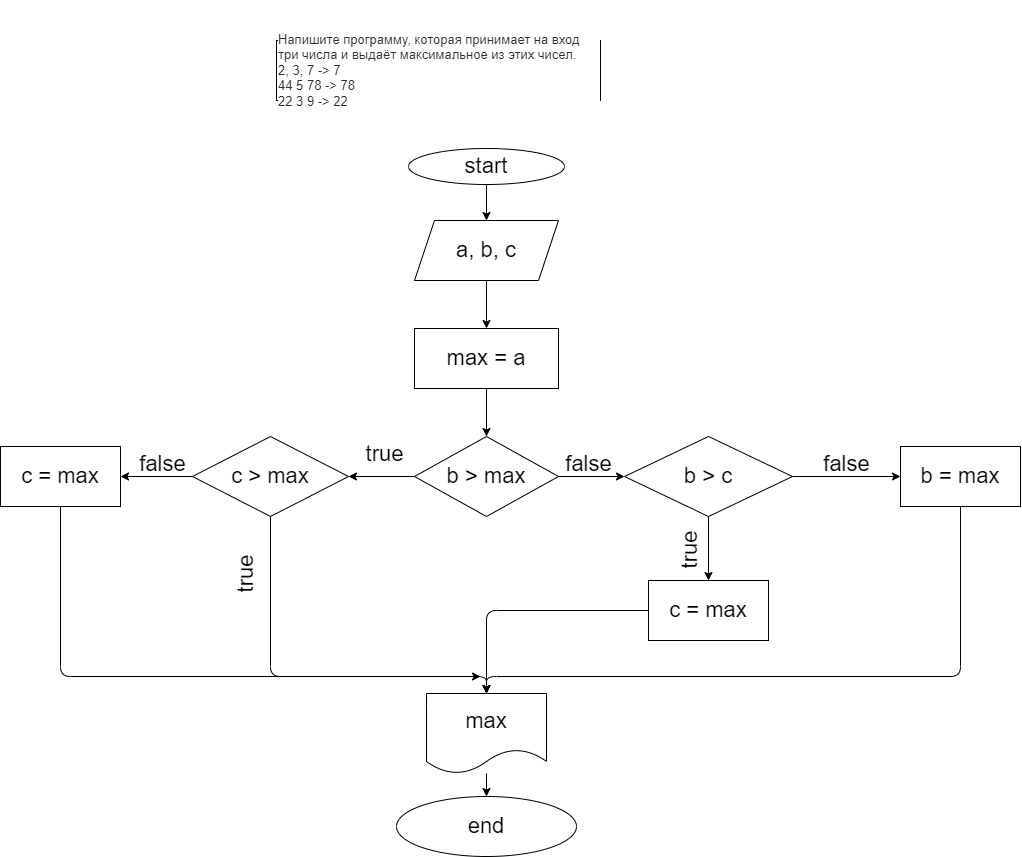
This is example001/homework001/ex02/diagram.drawio.png from AlexandrDormidontov/csharphome, a draw.io export, as it was before one commit. Source tidied: cells renumbered, new cells last; positions are measured from the earlier drawing's top-left corner, leaving out a move shared by most shapes. The source it was exported from:
```xml
<mxGraphModel>
  <root>
    <mxCell id="0" />
    <mxCell id="1" parent="0" />
    <mxCell id="2" value="&#10;&#10;&lt;p style=&quot;box-sizing: border-box; margin: 0px; font-weight: 400; color: rgb(44, 45, 48); font-family: roboto, &amp;quot;san francisco&amp;quot;, &amp;quot;helvetica neue&amp;quot;, helvetica, arial; font-size: 13px; font-style: normal; letter-spacing: normal; text-indent: 0px; text-transform: none; word-spacing: 0px; background-color: rgb(255, 255, 255);&quot;&gt;Напишите программу, которая принимает на вход три числа и выдаёт максимальное из этих чисел.&lt;/p&gt;&lt;p style=&quot;box-sizing: border-box; margin: 0px; font-weight: 400; color: rgb(44, 45, 48); font-family: roboto, &amp;quot;san francisco&amp;quot;, &amp;quot;helvetica neue&amp;quot;, helvetica, arial; font-size: 13px; font-style: normal; letter-spacing: normal; text-indent: 0px; text-transform: none; word-spacing: 0px; background-color: rgb(255, 255, 255);&quot;&gt;2, 3, 7 -&amp;gt; 7&lt;br style=&quot;box-sizing: border-box; font-size: 13px;&quot;&gt;44 5 78 -&amp;gt; 78&lt;br style=&quot;box-sizing: border-box; font-size: 13px;&quot;&gt;22 3 9 -&amp;gt; 22&lt;/p&gt;&#10;&#10;" style="rounded=0;whiteSpace=wrap;html=1;align=left;fontSize=13;" parent="1" vertex="1">
      <mxGeometry x="276" width="324" height="60" as="geometry" />
    </mxCell>
    <mxCell id="3" style="edgeStyle=none;html=1;fontSize=22;" parent="1" edge="1" source="4" target="6">
      <mxGeometry relative="1" as="geometry" />
    </mxCell>
    <mxCell id="4" value="&lt;font style=&quot;font-size: 22px&quot;&gt;start&lt;/font&gt;" style="ellipse;whiteSpace=wrap;html=1;fontSize=13;" parent="1" vertex="1">
      <mxGeometry x="408" y="108" width="156" height="36" as="geometry" />
    </mxCell>
    <mxCell id="5" style="edgeStyle=none;html=1;fontSize=22;" parent="1" edge="1" source="6" target="11">
      <mxGeometry relative="1" as="geometry" />
    </mxCell>
    <mxCell id="6" value="a, b, c" style="shape=parallelogram;perimeter=parallelogramPerimeter;whiteSpace=wrap;html=1;fixedSize=1;fontSize=22;" parent="1" vertex="1">
      <mxGeometry x="414" y="180" width="144" height="60" as="geometry" />
    </mxCell>
    <mxCell id="7" style="edgeStyle=none;html=1;fontSize=22;" parent="1" edge="1" source="9" target="14">
      <mxGeometry relative="1" as="geometry" />
    </mxCell>
    <mxCell id="8" style="edgeStyle=none;html=1;fontSize=22;startArrow=none;exitX=0;exitY=0.5;exitDx=0;exitDy=0;" parent="1" edge="1" source="9" target="21">
      <mxGeometry relative="1" as="geometry" />
    </mxCell>
    <mxCell id="9" value="b &amp;gt; max" style="rhombus;whiteSpace=wrap;html=1;fontSize=22;" parent="1" vertex="1">
      <mxGeometry x="414" y="396" width="144" height="80" as="geometry" />
    </mxCell>
    <mxCell id="10" style="edgeStyle=none;html=1;fontSize=22;" parent="1" edge="1" source="11" target="9">
      <mxGeometry relative="1" as="geometry" />
    </mxCell>
    <mxCell id="11" value="max = a" style="rounded=0;whiteSpace=wrap;html=1;fontSize=22;" parent="1" vertex="1">
      <mxGeometry x="414" y="288" width="144" height="60" as="geometry" />
    </mxCell>
    <mxCell id="12" style="edgeStyle=none;html=1;fontSize=22;" parent="1" edge="1" source="14" target="16">
      <mxGeometry relative="1" as="geometry" />
    </mxCell>
    <mxCell id="13" style="edgeStyle=none;html=1;fontSize=22;" parent="1" edge="1" source="14" target="18">
      <mxGeometry relative="1" as="geometry" />
    </mxCell>
    <mxCell id="14" value="b &amp;gt; c" style="rhombus;whiteSpace=wrap;html=1;fontSize=22;" parent="1" vertex="1">
      <mxGeometry x="624" y="396" width="168" height="80" as="geometry" />
    </mxCell>
    <mxCell id="15" style="edgeStyle=none;html=1;entryX=0.5;entryY=0;entryDx=0;entryDy=0;fontSize=22;" parent="1" edge="1" source="16" target="25">
      <mxGeometry relative="1" as="geometry">
        <Array as="points">
          <mxPoint x="960" y="636" />
          <mxPoint x="486" y="636" />
        </Array>
      </mxGeometry>
    </mxCell>
    <mxCell id="16" value="b = max" style="rounded=0;whiteSpace=wrap;html=1;fontSize=22;" parent="1" vertex="1">
      <mxGeometry x="900" y="406" width="120" height="60" as="geometry" />
    </mxCell>
    <mxCell id="17" style="edgeStyle=none;html=1;entryX=0.5;entryY=0;entryDx=0;entryDy=0;fontSize=22;" parent="1" edge="1" source="18" target="25">
      <mxGeometry relative="1" as="geometry">
        <Array as="points">
          <mxPoint x="486" y="570" />
        </Array>
      </mxGeometry>
    </mxCell>
    <mxCell id="18" value="c = max" style="rounded=0;whiteSpace=wrap;html=1;fontSize=22;" parent="1" vertex="1">
      <mxGeometry x="648" y="540" width="120" height="60" as="geometry" />
    </mxCell>
    <mxCell id="19" style="edgeStyle=none;html=1;fontSize=22;" parent="1" edge="1" source="21" target="23">
      <mxGeometry relative="1" as="geometry" />
    </mxCell>
    <mxCell id="20" style="edgeStyle=none;html=1;fontSize=22;" parent="1" edge="1" source="21">
      <mxGeometry relative="1" as="geometry">
        <mxPoint x="480" y="636" as="targetPoint" />
        <Array as="points">
          <mxPoint x="270" y="636" />
        </Array>
      </mxGeometry>
    </mxCell>
    <mxCell id="21" value="c &amp;gt; max" style="rhombus;whiteSpace=wrap;html=1;fontSize=22;" parent="1" vertex="1">
      <mxGeometry x="192" y="396" width="156" height="80" as="geometry" />
    </mxCell>
    <mxCell id="22" style="edgeStyle=none;html=1;entryX=0.5;entryY=0;entryDx=0;entryDy=0;fontSize=22;" parent="1" edge="1" source="23" target="25">
      <mxGeometry relative="1" as="geometry">
        <Array as="points">
          <mxPoint x="60" y="636" />
          <mxPoint x="486" y="636" />
        </Array>
      </mxGeometry>
    </mxCell>
    <mxCell id="23" value="c = max" style="rounded=0;whiteSpace=wrap;html=1;fontSize=22;" parent="1" vertex="1">
      <mxGeometry y="406" width="120" height="60" as="geometry" />
    </mxCell>
    <mxCell id="24" style="edgeStyle=none;html=1;fontSize=22;" parent="1" edge="1" source="25" target="26">
      <mxGeometry relative="1" as="geometry" />
    </mxCell>
    <mxCell id="25" value="max" style="shape=document;whiteSpace=wrap;html=1;boundedLbl=1;fontSize=22;" parent="1" vertex="1">
      <mxGeometry x="426" y="653" width="120" height="80" as="geometry" />
    </mxCell>
    <mxCell id="26" value="end" style="ellipse;whiteSpace=wrap;html=1;fontSize=22;" parent="1" vertex="1">
      <mxGeometry x="396" y="756" width="180" height="60" as="geometry" />
    </mxCell>
    <mxCell id="27" value="false" style="text;html=1;align=center;verticalAlign=middle;strokeColor=none;fillColor=none;fontSize=22;" parent="1" vertex="1">
      <mxGeometry x="558" y="406" width="60" height="36" as="geometry" />
    </mxCell>
    <mxCell id="28" value="false" style="text;html=1;align=center;verticalAlign=middle;strokeColor=none;fillColor=none;fontSize=22;" parent="1" vertex="1">
      <mxGeometry x="816" y="406" width="60" height="36" as="geometry" />
    </mxCell>
    <mxCell id="29" value="false" style="text;html=1;align=center;verticalAlign=middle;strokeColor=none;fillColor=none;fontSize=22;rotation=0;" parent="1" vertex="1">
      <mxGeometry x="132" y="406" width="60" height="36" as="geometry" />
    </mxCell>
    <mxCell id="30" value="true" style="text;html=1;align=center;verticalAlign=middle;strokeColor=none;fillColor=none;fontSize=22;" parent="1" vertex="1">
      <mxGeometry x="354" y="396" width="60" height="36" as="geometry" />
    </mxCell>
    <mxCell id="31" value="true" style="text;html=1;align=center;verticalAlign=middle;strokeColor=none;fillColor=none;fontSize=22;rotation=-90;" parent="1" vertex="1">
      <mxGeometry x="216" y="516" width="60" height="36" as="geometry" />
    </mxCell>
    <mxCell id="32" value="true" style="text;html=1;align=center;verticalAlign=middle;strokeColor=none;fillColor=none;fontSize=22;rotation=-90;" parent="1" vertex="1">
      <mxGeometry x="660" y="492" width="60" height="36" as="geometry" />
    </mxCell>
  </root>
</mxGraphModel>
```
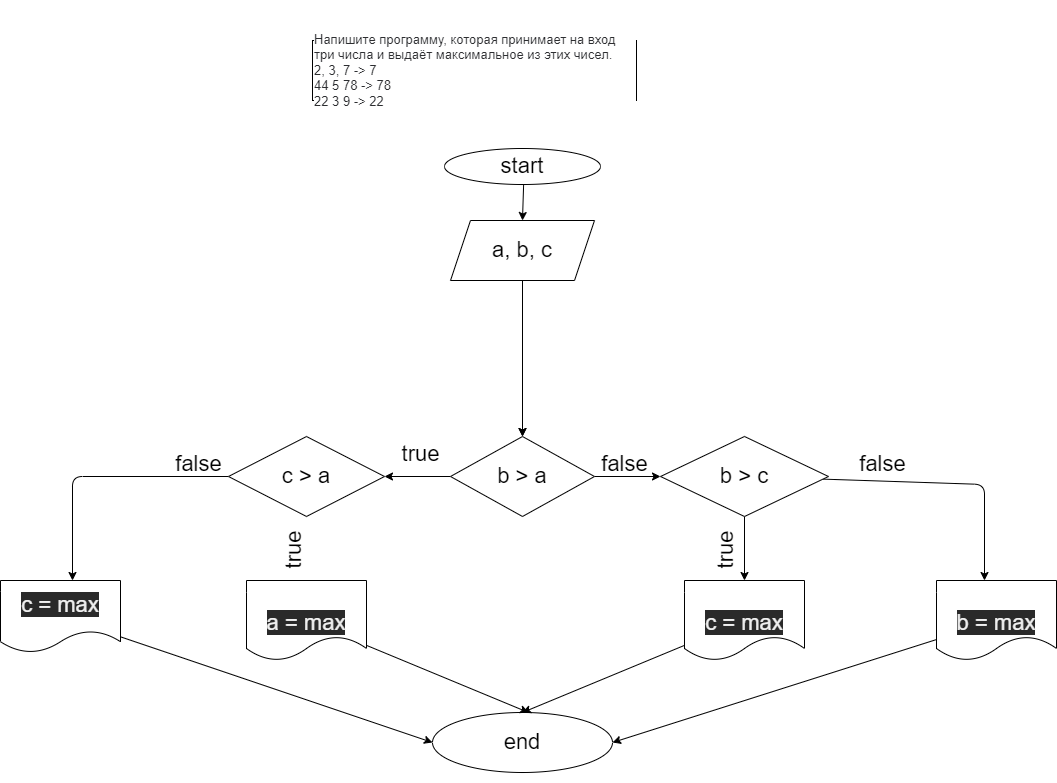
After the change.

What changed in the source:
```diff
@@ -11,8 +11,10 @@
     <mxCell id="4" value="&lt;font style=&quot;font-size: 22px&quot;&gt;start&lt;/font&gt;" style="ellipse;whiteSpace=wrap;html=1;fontSize=13;" parent="1" vertex="1">
       <mxGeometry x="408" y="108" width="156" height="36" as="geometry" />
     </mxCell>
-    <mxCell id="5" style="edgeStyle=none;html=1;fontSize=22;" parent="1" edge="1" source="6" target="11">
-      <mxGeometry relative="1" as="geometry" />
+    <mxCell id="5" style="edgeStyle=none;html=1;fontSize=22;" parent="1" edge="1" source="6">
+      <mxGeometry relative="1" as="geometry">
+        <mxPoint x="486" y="396" as="targetPoint" />
+      </mxGeometry>
     </mxCell>
     <mxCell id="6" value="a, b, c" style="shape=parallelogram;perimeter=parallelogramPerimeter;whiteSpace=wrap;html=1;fixedSize=1;fontSize=22;" parent="1" vertex="1">
       <mxGeometry x="414" y="180" width="144" height="60" as="geometry" />
@@ -23,78 +25,48 @@
     <mxCell id="8" style="edgeStyle=none;html=1;fontSize=22;startArrow=none;exitX=0;exitY=0.5;exitDx=0;exitDy=0;" parent="1" edge="1" source="9" target="21">
       <mxGeometry relative="1" as="geometry" />
     </mxCell>
-    <mxCell id="9" value="b &amp;gt; max" style="rhombus;whiteSpace=wrap;html=1;fontSize=22;" parent="1" vertex="1">
+    <mxCell id="9" value="b &amp;gt; a" style="rhombus;whiteSpace=wrap;html=1;fontSize=22;" parent="1" vertex="1">
       <mxGeometry x="414" y="396" width="144" height="80" as="geometry" />
     </mxCell>
-    <mxCell id="10" style="edgeStyle=none;html=1;fontSize=22;" parent="1" edge="1" source="11" target="9">
-      <mxGeometry relative="1" as="geometry" />
+    <mxCell id="10" style="edgeStyle=none;html=1;fontSize=22;" parent="1" edge="1" target="9">
+      <mxGeometry relative="1" as="geometry">
+        <mxPoint x="486" y="348" as="sourcePoint" />
+      </mxGeometry>
     </mxCell>
-    <mxCell id="11" value="max = a" style="rounded=0;whiteSpace=wrap;html=1;fontSize=22;" parent="1" vertex="1">
-      <mxGeometry x="414" y="288" width="144" height="60" as="geometry" />
-    </mxCell>
-    <mxCell id="12" style="edgeStyle=none;html=1;fontSize=22;" parent="1" edge="1" source="14" target="16">
-      <mxGeometry relative="1" as="geometry" />
+    <mxCell id="12" style="edgeStyle=none;html=1;fontSize=22;" parent="1" edge="1" source="14">
+      <mxGeometry relative="1" as="geometry">
+        <mxPoint x="948" y="540" as="targetPoint" />
+        <Array as="points">
+          <mxPoint x="948" y="444" />
+        </Array>
+      </mxGeometry>
     </mxCell>
-    <mxCell id="13" style="edgeStyle=none;html=1;fontSize=22;" parent="1" edge="1" source="14" target="18">
-      <mxGeometry relative="1" as="geometry" />
+    <mxCell id="13" style="edgeStyle=none;html=1;fontSize=22;" parent="1" edge="1" source="14">
+      <mxGeometry relative="1" as="geometry">
+        <mxPoint x="708" y="540" as="targetPoint" />
+      </mxGeometry>
     </mxCell>
     <mxCell id="14" value="b &amp;gt; c" style="rhombus;whiteSpace=wrap;html=1;fontSize=22;" parent="1" vertex="1">
       <mxGeometry x="624" y="396" width="168" height="80" as="geometry" />
     </mxCell>
-    <mxCell id="15" style="edgeStyle=none;html=1;entryX=0.5;entryY=0;entryDx=0;entryDy=0;fontSize=22;" parent="1" edge="1" source="16" target="25">
-      <mxGeometry relative="1" as="geometry">
-        <Array as="points">
-          <mxPoint x="960" y="636" />
-          <mxPoint x="486" y="636" />
-        </Array>
-      </mxGeometry>
-    </mxCell>
-    <mxCell id="16" value="b = max" style="rounded=0;whiteSpace=wrap;html=1;fontSize=22;" parent="1" vertex="1">
-      <mxGeometry x="900" y="406" width="120" height="60" as="geometry" />
-    </mxCell>
-    <mxCell id="17" style="edgeStyle=none;html=1;entryX=0.5;entryY=0;entryDx=0;entryDy=0;fontSize=22;" parent="1" edge="1" source="18" target="25">
-      <mxGeometry relative="1" as="geometry">
-        <Array as="points">
-          <mxPoint x="486" y="570" />
-        </Array>
-      </mxGeometry>
-    </mxCell>
-    <mxCell id="18" value="c = max" style="rounded=0;whiteSpace=wrap;html=1;fontSize=22;" parent="1" vertex="1">
-      <mxGeometry x="648" y="540" width="120" height="60" as="geometry" />
-    </mxCell>
-    <mxCell id="19" style="edgeStyle=none;html=1;fontSize=22;" parent="1" edge="1" source="21" target="23">
-      <mxGeometry relative="1" as="geometry" />
+    <mxCell id="19" style="edgeStyle=none;html=1;fontSize=22;" parent="1" edge="1" source="21">
+      <mxGeometry relative="1" as="geometry">
+        <mxPoint x="36" y="540" as="targetPoint" />
+        <Array as="points">
+          <mxPoint x="36" y="436" />
+        </Array>
+      </mxGeometry>
     </mxCell>
-    <mxCell id="20" style="edgeStyle=none;html=1;fontSize=22;" parent="1" edge="1" source="21">
-      <mxGeometry relative="1" as="geometry">
-        <mxPoint x="480" y="636" as="targetPoint" />
-        <Array as="points">
-          <mxPoint x="270" y="636" />
-        </Array>
-      </mxGeometry>
-    </mxCell>
-    <mxCell id="21" value="c &amp;gt; max" style="rhombus;whiteSpace=wrap;html=1;fontSize=22;" parent="1" vertex="1">
+    <mxCell id="21" value="c &amp;gt; a" style="rhombus;whiteSpace=wrap;html=1;fontSize=22;" parent="1" vertex="1">
       <mxGeometry x="192" y="396" width="156" height="80" as="geometry" />
     </mxCell>
-    <mxCell id="22" style="edgeStyle=none;html=1;entryX=0.5;entryY=0;entryDx=0;entryDy=0;fontSize=22;" parent="1" edge="1" source="23" target="25">
-      <mxGeometry relative="1" as="geometry">
-        <Array as="points">
-          <mxPoint x="60" y="636" />
-          <mxPoint x="486" y="636" />
-        </Array>
-      </mxGeometry>
-    </mxCell>
-    <mxCell id="23" value="c = max" style="rounded=0;whiteSpace=wrap;html=1;fontSize=22;" parent="1" vertex="1">
-      <mxGeometry y="406" width="120" height="60" as="geometry" />
-    </mxCell>
-    <mxCell id="24" style="edgeStyle=none;html=1;fontSize=22;" parent="1" edge="1" source="25" target="26">
-      <mxGeometry relative="1" as="geometry" />
+    <mxCell id="24" style="edgeStyle=none;html=1;fontSize=22;" parent="1" edge="1" target="26">
+      <mxGeometry relative="1" as="geometry">
+        <mxPoint x="486" y="733" as="sourcePoint" />
+      </mxGeometry>
     </mxCell>
-    <mxCell id="25" value="max" style="shape=document;whiteSpace=wrap;html=1;boundedLbl=1;fontSize=22;" parent="1" vertex="1">
-      <mxGeometry x="426" y="653" width="120" height="80" as="geometry" />
-    </mxCell>
     <mxCell id="26" value="end" style="ellipse;whiteSpace=wrap;html=1;fontSize=22;" parent="1" vertex="1">
-      <mxGeometry x="396" y="756" width="180" height="60" as="geometry" />
+      <mxGeometry x="396" y="672" width="180" height="60" as="geometry" />
     </mxCell>
     <mxCell id="27" value="false" style="text;html=1;align=center;verticalAlign=middle;strokeColor=none;fillColor=none;fontSize=22;" parent="1" vertex="1">
       <mxGeometry x="558" y="406" width="60" height="36" as="geometry" />
@@ -109,10 +81,36 @@
       <mxGeometry x="354" y="396" width="60" height="36" as="geometry" />
     </mxCell>
     <mxCell id="31" value="true" style="text;html=1;align=center;verticalAlign=middle;strokeColor=none;fillColor=none;fontSize=22;rotation=-90;" parent="1" vertex="1">
-      <mxGeometry x="216" y="516" width="60" height="36" as="geometry" />
+      <mxGeometry x="228" y="492" width="60" height="36" as="geometry" />
     </mxCell>
     <mxCell id="32" value="true" style="text;html=1;align=center;verticalAlign=middle;strokeColor=none;fillColor=none;fontSize=22;rotation=-90;" parent="1" vertex="1">
       <mxGeometry x="660" y="492" width="60" height="36" as="geometry" />
     </mxCell>
+    <mxCell id="33" style="edgeStyle=none;html=1;entryX=0;entryY=0.5;entryDx=0;entryDy=0;" parent="1" edge="1" source="34" target="26">
+      <mxGeometry relative="1" as="geometry" />
+    </mxCell>
+    <mxCell id="34" value="&#10;&#10;&lt;span style=&quot;color: rgb(240, 240, 240); font-family: helvetica; font-size: 22px; font-style: normal; font-weight: 400; letter-spacing: normal; text-align: center; text-indent: 0px; text-transform: none; word-spacing: 0px; background-color: rgb(42, 42, 42); display: inline; float: none;&quot;&gt;c = max&lt;/span&gt;&#10;&#10;" style="shape=document;whiteSpace=wrap;html=1;boundedLbl=1;" parent="1" vertex="1">
+      <mxGeometry x="-36" y="540" width="120" height="72" as="geometry" />
+    </mxCell>
+    <mxCell id="35" style="edgeStyle=none;html=1;" parent="1" edge="1" source="36">
+      <mxGeometry relative="1" as="geometry">
+        <mxPoint x="492" y="672" as="targetPoint" />
+      </mxGeometry>
+    </mxCell>
+    <mxCell id="36" value="&lt;br&gt;&lt;br&gt;&lt;span style=&quot;color: rgb(240 , 240 , 240) ; font-family: &amp;#34;helvetica&amp;#34; ; font-size: 22px ; font-style: normal ; font-weight: 400 ; letter-spacing: normal ; text-align: center ; text-indent: 0px ; text-transform: none ; word-spacing: 0px ; background-color: rgb(42 , 42 , 42) ; display: inline ; float: none&quot;&gt;a = max&lt;/span&gt;&lt;br&gt;" style="shape=document;whiteSpace=wrap;html=1;boundedLbl=1;" parent="1" vertex="1">
+      <mxGeometry x="210" y="540" width="120" height="80" as="geometry" />
+    </mxCell>
+    <mxCell id="37" style="edgeStyle=none;html=1;entryX=1;entryY=0.5;entryDx=0;entryDy=0;" parent="1" edge="1" source="16" target="26">
+      <mxGeometry relative="1" as="geometry" />
+    </mxCell>
+    <mxCell id="16" value="&lt;br&gt;&lt;br&gt;&lt;span style=&quot;color: rgb(240 , 240 , 240) ; font-family: &amp;#34;helvetica&amp;#34; ; font-size: 22px ; font-style: normal ; font-weight: 400 ; letter-spacing: normal ; text-align: center ; text-indent: 0px ; text-transform: none ; word-spacing: 0px ; background-color: rgb(42 , 42 , 42) ; display: inline ; float: none&quot;&gt;b = max&lt;/span&gt;&lt;br&gt;" style="shape=document;whiteSpace=wrap;html=1;boundedLbl=1;" parent="1" vertex="1">
+      <mxGeometry x="900" y="540" width="120" height="80" as="geometry" />
+    </mxCell>
+    <mxCell id="38" style="edgeStyle=none;html=1;entryX=0.5;entryY=0;entryDx=0;entryDy=0;" parent="1" edge="1" source="39" target="26">
+      <mxGeometry relative="1" as="geometry" />
+    </mxCell>
+    <mxCell id="39" value="&lt;br&gt;&lt;br&gt;&lt;span style=&quot;color: rgb(240 , 240 , 240) ; font-family: &amp;#34;helvetica&amp;#34; ; font-size: 22px ; font-style: normal ; font-weight: 400 ; letter-spacing: normal ; text-align: center ; text-indent: 0px ; text-transform: none ; word-spacing: 0px ; background-color: rgb(42 , 42 , 42) ; display: inline ; float: none&quot;&gt;c = max&lt;/span&gt;" style="shape=document;whiteSpace=wrap;html=1;boundedLbl=1;" parent="1" vertex="1">
+      <mxGeometry x="648" y="540" width="120" height="80" as="geometry" />
+    </mxCell>
   </root>
 </mxGraphModel>
```
